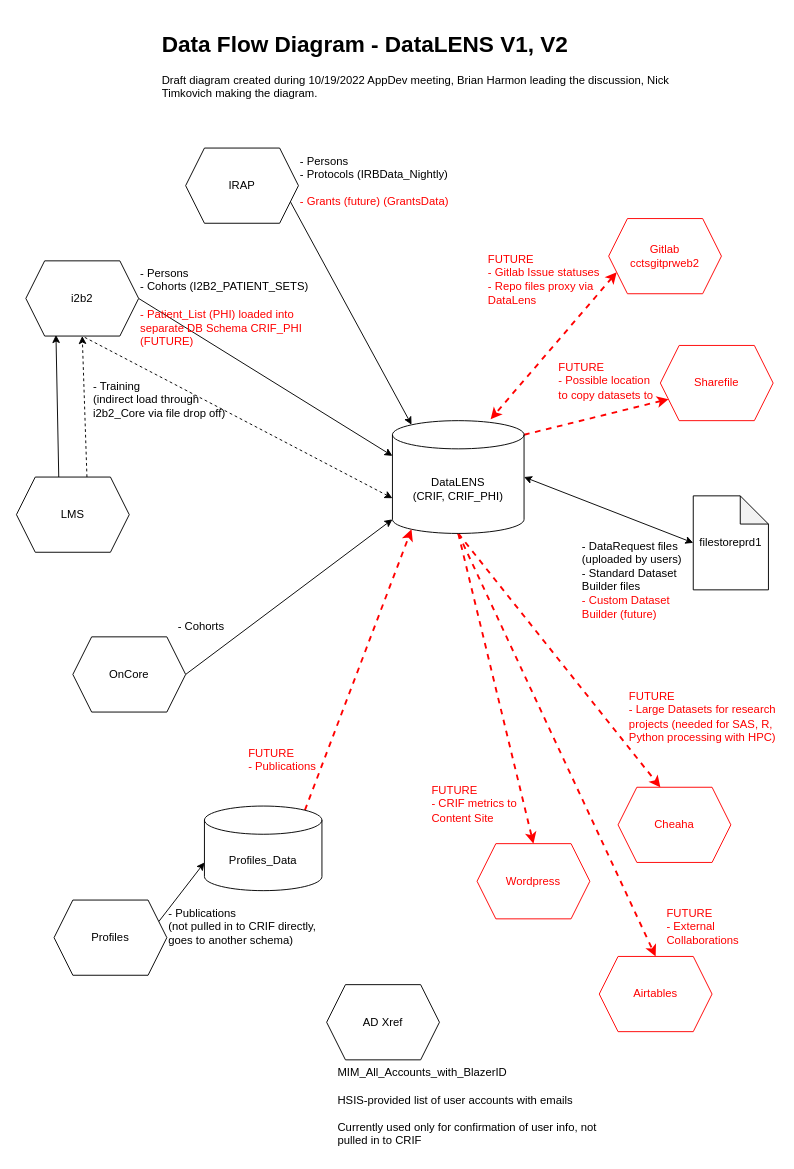
Above: Data Flow Diagram DataLENS V2.drawio in ntimkovich/UAB-II-Diagrams (draw.io), before the change. Source tidied: cells renumbered, new cells numbered last; positions are measured from the earlier drawing's top-left corner, leaving out a move shared by most shapes. Both pictures are drawn from the tidied source at 94%, with x=0, y=0 at pixel (16, 25).
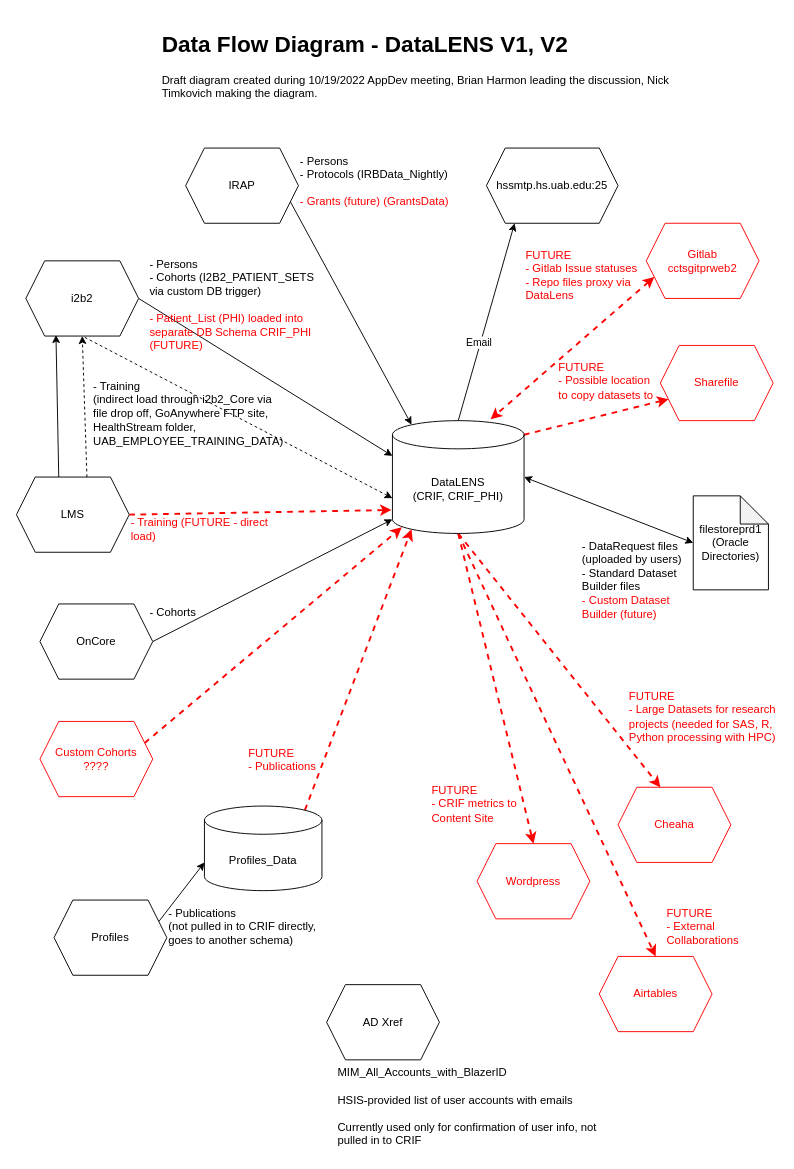
After the change.

Commit message:
Changes requested by Brian Harmon (Slack chat message)

The change refers to these unchanged cells:
```xml
<mxCell id="7" value="DataLENS&lt;br&gt;(CRIF, CRIF_PHI)" style="shape=cylinder3;whiteSpace=wrap;html=1;boundedLbl=1;backgroundOutline=1;size=15;" parent="1" vertex="1">
  <mxGeometry x="400" y="420" width="140" height="120" as="geometry" />
</mxCell>
<mxCell id="16" value="LMS" style="shape=hexagon;perimeter=hexagonPerimeter2;whiteSpace=wrap;html=1;fixedSize=1;" parent="1" vertex="1">
  <mxGeometry y="480" width="120" height="80" as="geometry" />
</mxCell>
```

The edit, as a diff of the source:
```diff
@@
+    <mxCell id="45" style="edgeStyle=none;rounded=0;jettySize=auto;html=1;exitX=0.5;exitY=0;exitDx=0;exitDy=0;exitPerimeter=0;entryX=0.214;entryY=1;entryDx=0;entryDy=0;entryPerimeter=0;strokeColor=#000000;strokeWidth=1;fontColor=#000000;" parent="1" edge="1" source="7" target="51">
+      <mxGeometry relative="1" as="geometry" />
+    </mxCell>
+    <mxCell id="46" value="Email" style="edgeLabel;html=1;align=center;verticalAlign=middle;fontColor=#000000;" parent="45" vertex="1">
+      <mxGeometry x="-0.21" y="2" relative="1" as="geometry" />
+    </mxCell>
@@
     <mxCell id="9" value="OnCore" style="shape=hexagon;perimeter=hexagonPerimeter2;whiteSpace=wrap;html=1;fixedSize=1;" parent="1" vertex="1">
-      <mxGeometry x="60" y="650" width="120" height="80" as="geometry" />
+      <mxGeometry x="25" y="615" width="120" height="80" as="geometry" />
     </mxCell>
@@
+    <mxCell id="47" style="rounded=0;jettySize=auto;html=1;exitX=1;exitY=0.5;exitDx=0;exitDy=0;entryX=-0.007;entryY=0.792;entryDx=0;entryDy=0;entryPerimeter=0;strokeColor=#FF0000;dashed=1;strokeWidth=2;" parent="1" edge="1" source="16" target="7">
+      <mxGeometry relative="1" as="geometry" />
+    </mxCell>
@@
     <mxCell id="18" value="&lt;font color=&quot;#ff0000&quot;&gt;Gitlab&lt;br&gt;cctsgitprweb2&lt;/font&gt;" style="shape=hexagon;perimeter=hexagonPerimeter2;whiteSpace=wrap;html=1;fixedSize=1;strokeColor=#FF0000;" parent="1" vertex="1">
-      <mxGeometry x="630" y="205" width="120" height="80" as="geometry" />
+      <mxGeometry x="670" y="210" width="120" height="80" as="geometry" />
     </mxCell>
@@
-    <mxCell id="25" value="- Persons&lt;br&gt;- Cohorts (I2B2_PATIENT_SETS)&lt;br&gt;&lt;br&gt;&lt;font color=&quot;#ff0000&quot;&gt;- Patient_List (PHI) loaded into separate DB Schema CRIF_PHI (FUTURE)&lt;/font&gt;" style="text;html=1;strokeColor=none;fillColor=none;align=left;verticalAlign=top;whiteSpace=wrap;rounded=0;" parent="1" vertex="1">
-      <mxGeometry x="130" y="250" width="190" height="110" as="geometry" />
+    <mxCell id="25" value="- Persons&lt;br&gt;- Cohorts (I2B2_PATIENT_SETS via custom DB trigger)&lt;br&gt;&lt;br&gt;&lt;font color=&quot;#ff0000&quot;&gt;- Patient_List (PHI) loaded into separate DB Schema CRIF_PHI (FUTURE)&lt;/font&gt;" style="text;html=1;strokeColor=none;fillColor=none;align=left;verticalAlign=top;whiteSpace=wrap;rounded=0;" parent="1" vertex="1">
+      <mxGeometry x="140" y="240" width="190" height="110" as="geometry" />
     </mxCell>
     <mxCell id="26" value="- Cohorts" style="text;html=1;strokeColor=none;fillColor=none;align=left;verticalAlign=top;whiteSpace=wrap;rounded=0;" parent="1" vertex="1">
-      <mxGeometry x="170" y="625" width="160" height="110" as="geometry" />
+      <mxGeometry x="140" y="610" width="70" height="40" as="geometry" />
     </mxCell>
-    <mxCell id="27" value="- Training&lt;br&gt;(indirect load through i2b2_Core via file drop off)" style="text;html=1;strokeColor=none;fillColor=none;align=left;verticalAlign=top;whiteSpace=wrap;rounded=0;" parent="1" vertex="1">
+    <mxCell id="27" value="- Training&lt;br&gt;(indirect load through i2b2_Core via file drop off, GoAnywhere FTP site, HealthStream folder,&lt;br&gt;UAB_EMPLOYEE_TRAINING_DATA)" style="text;html=1;strokeColor=none;fillColor=none;align=left;verticalAlign=top;whiteSpace=wrap;rounded=0;" parent="1" vertex="1">
       <mxGeometry x="80" y="370" width="160" height="110" as="geometry" />
     </mxCell>
@@
-    <mxCell id="32" value="filestoreprd1" style="shape=note;whiteSpace=wrap;html=1;backgroundOutline=1;darkOpacity=0.05;" parent="1" vertex="1">
+    <mxCell id="32" value="filestoreprd1&lt;br&gt;(Oracle Directories)" style="shape=note;whiteSpace=wrap;html=1;backgroundOutline=1;darkOpacity=0.05;" parent="1" vertex="1">
       <mxGeometry x="720" y="500" width="80" height="100" as="geometry" />
     </mxCell>
@@
     <mxCell id="39" value="FUTURE&lt;br&gt;- Gitlab Issue statuses&lt;br&gt;- Repo files proxy via DataLens" style="text;html=1;strokeColor=none;fillColor=none;align=left;verticalAlign=top;whiteSpace=wrap;rounded=0;fontColor=#FF0000;" parent="1" vertex="1">
-      <mxGeometry x="500" y="235" width="160" height="110" as="geometry" />
+      <mxGeometry x="540" y="230" width="160" height="110" as="geometry" />
     </mxCell>
@@
+    <mxCell id="48" value="- Training (FUTURE - direct load)" style="text;html=1;strokeColor=none;fillColor=none;align=left;verticalAlign=top;whiteSpace=wrap;rounded=0;fontColor=#FF0000;" parent="1" vertex="1">
+      <mxGeometry x="120" y="515" width="160" height="45" as="geometry" />
+    </mxCell>
+    <mxCell id="49" style="edgeStyle=none;rounded=0;jettySize=auto;html=1;exitX=1;exitY=0.25;exitDx=0;exitDy=0;entryX=0.071;entryY=0.946;entryDx=0;entryDy=0;entryPerimeter=0;dashed=1;strokeColor=#FF0000;strokeWidth=2;fontColor=#FF0000;" parent="1" edge="1" source="50" target="7">
+      <mxGeometry relative="1" as="geometry" />
+    </mxCell>
+    <mxCell id="50" value="Custom Cohorts&lt;br&gt;????" style="shape=hexagon;perimeter=hexagonPerimeter2;whiteSpace=wrap;html=1;fixedSize=1;fontColor=#FF0000;strokeColor=#FF0000;" parent="1" vertex="1">
+      <mxGeometry x="25" y="740" width="120" height="80" as="geometry" />
+    </mxCell>
+    <mxCell id="51" value="hssmtp.hs.uab.edu:25" style="shape=hexagon;perimeter=hexagonPerimeter2;whiteSpace=wrap;html=1;fixedSize=1;strokeColor=#000000;fontColor=#000000;" parent="1" vertex="1">
+      <mxGeometry x="500" y="130" width="140" height="80" as="geometry" />
+    </mxCell>
```
